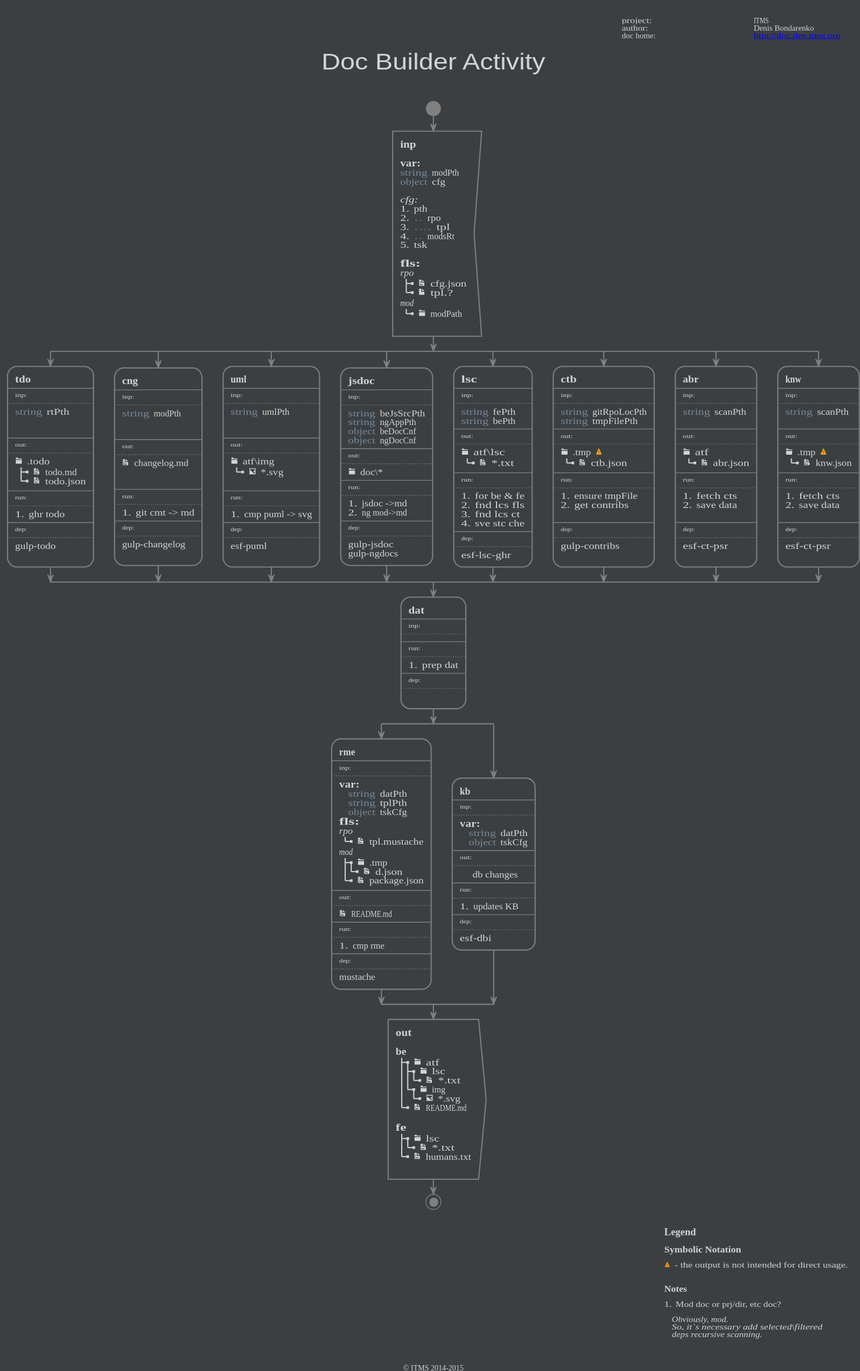
Earlier version of the PlantUML export eng/mdl/uml/bdr/atf/doc.svg (bondden/esf-bdr). Its source is kept beside it as eng/mdl/uml/bdr/scn/doc.puml. Its diagram source:
```plantuml
@startuml

!include thm.puml
!include ../../inc/header.puml
!include ../../inc/footer.puml

!define _W <color:Orange>_w</color>

!define string   <color:lightslategrey>string</color>
!define integer  <color:lightslategrey>integer</color>
!define array    <color:lightslategrey>array</color>
!define mixed    <color:lightslategrey>mixed</color>
!define object   <color:lightslategrey>object</color>
!define bool     <color:lightslategrey>bool</color>
!define void     <color:lightslategrey>void</color>
!define Promise  <color:lightslategrey>Promise</color>
!define Function <color:lightslategrey>Function</color>
!define Error    <color:lightslategrey>Error</color>

!definelong _inp
----
  <size:8>inp:</size>
  ....
!enddefinelong

!definelong _run
----
  <size:8>run:</size>
  ....
!enddefinelong

!definelong _dep
----
  <size:8>dep:</size>
  ....
!enddefinelong

!definelong _out
----
  <size:8>out:</size>
  ....
!enddefinelong


title Doc Builder Activity\n

start

:== inp

=== var:
string modPth
object cfg

==== cfg:
# pth
#<color:DimGrey>..</color> rpo
#<color:DimGrey>....</color> tpl
#<color:DimGrey>..</color> modsRt
# tsk

=== fls:
==== rpo
|_ _d cfg.json
|_ _f tpl.?
==== mod
|_ _F modPath
<

split

  :== tdo
  _inp
  string rtPth


  _out
  _F .todo
  |_ _d todo.md
  |_ _d todo.json
  _run
  # ghr todo
  _dep
  gulp-todo
  ;

split again

  :== cng
  _inp
  string modPth


  _out
  _d changelog.md


  _run
  # git cmt -> md
  _dep
  gulp-changelog
  ;

split again

  :== uml
  _inp
  string umlPth


  _out
  _F atf\img
  |_ _i *.svg

  _run
  # cmp puml -> svg
  _dep
  esf-puml
  ;

split again

  :== jsdoc
  _inp
  string beJsSrcPth
  string ngAppPth
  object beDocCnf
  object ngDocCnf
  _out
  _F doc\*
  _run
  # jsdoc ->md
  # ng mod->md
  _dep
  gulp-jsdoc
  gulp-ngdocs;

split again

  :== lsc
  _inp
  string fePth
  string bePth
  _out
  _F atf\lsc
  |_ _d *.txt
  _run
  # for be & fe
  # fnd lcs fls
  # fnd lcs ct
  # sve stc che
  _dep
  esf-lsc-ghr  ;

split again

  :== ctb
  _inp
  string gitRpoLocPth
  string tmpFilePth
  _out
  _F .tmp _W
  |_ _d ctb.json
  _run
  # ensure tmpFile
  # get contribs

  _dep
  gulp-contribs
  ;

split again

  :== abr
  _inp
  string scanPth

  _out
  _F atf
  |_ _d abr.json
  _run
  # fetch cts
  # save data

  _dep
  esf-ct-psr
  ;

split again

  :== knw
  _inp
  string scanPth

  _out
  _F .tmp _W
  |_ _d knw.json
  _run
  # fetch cts
  # save data

  _dep
  esf-ct-psr
  ;


end split

  :== dat
  _inp
  _run
  # prep dat
  _dep
  ;

split

  :== rme
  _inp
  === var:
    string datPth
    string tplPth
    object tskCfg
  === fls:
  ==== rpo
  |_ _d tpl.mustache
  ==== mod
  |_ _F .tmp
    |_ _d d.json
  |_ _d package.json
  _out
  _d README.md
  _run
  # cmp rme
  _dep
  mustache;

split again

  :== kb
  _inp
  === var:
    string datPth
    object tskCfg
  _out
  _db db changes
  _run
  # updates KB
  _dep
  esf-dbi;

end split

:== out

=== be
|_ _F atf
  |_ _F lsc
    |_ _d *.txt
  |_ _F img
    |_ _i *.svg
|_ _d README.md

=== fe
|_ _F lsc
  |_ _d *.txt
|_ _d humans.txt
>

stop



legend right

= Legend

== Symbolic Notation

_W - the output is not intended for direct usage.


== Notes

# Mod doc or prj/dir, etc doc?

  //Obviously, mod.//
  //So, it`s necessary add selected\filtered//
  //deps recursive scanning.//

end legend

@enduml
```
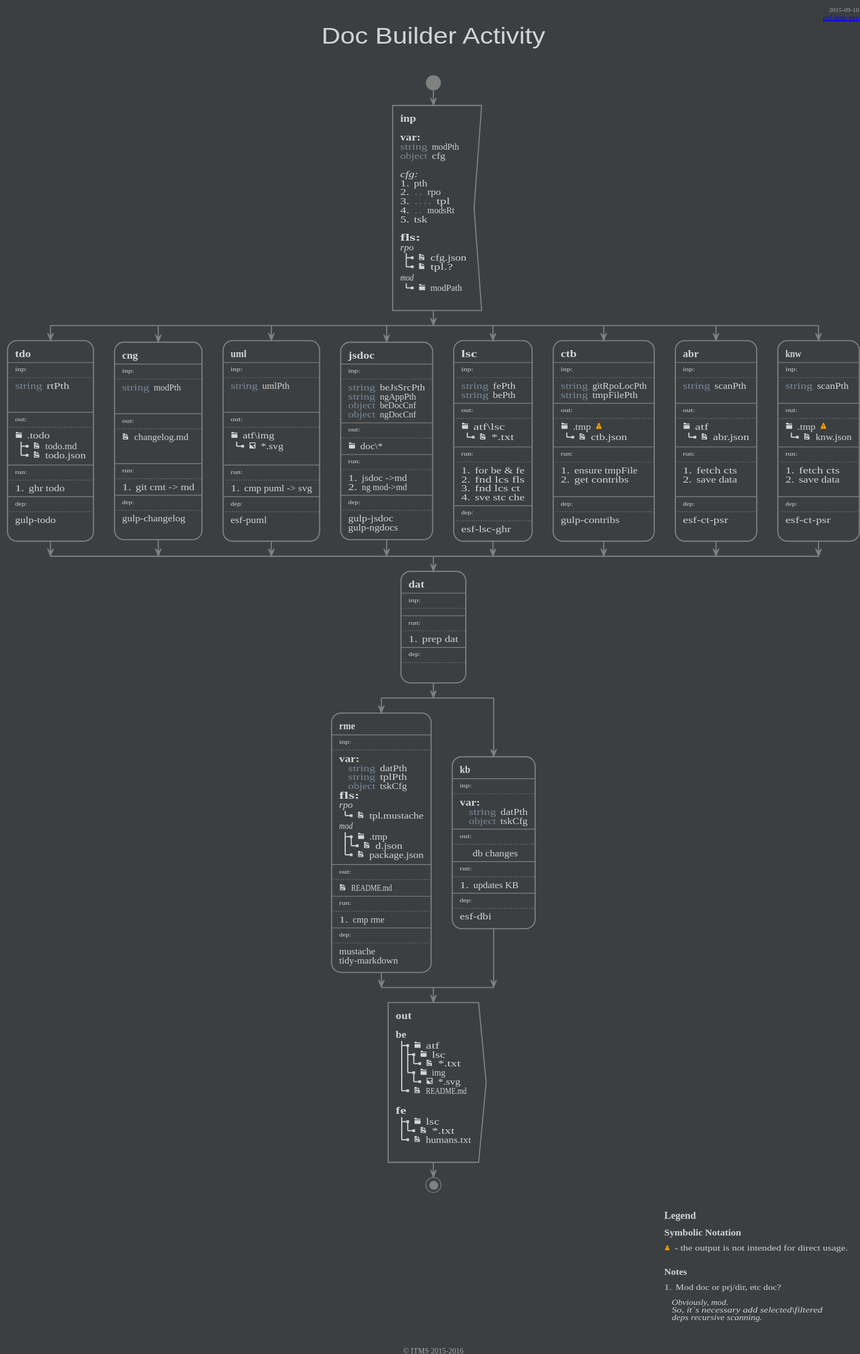
The same file after the commit.

The edit, as a diff of the source:
```diff
@@ -1,8 +1,16 @@
 @startuml
 
 !include thm.puml
-!include ../../inc/header.puml
-!include ../../inc/footer.puml
+
+header
+2015-09-10
+[[https://esf.itms.pro esf.itms.pro]]
+end header
+
+footer
+
+© ITMS 2015-2016
+end footer
 
 !define _W <color:Orange>_w</color>
 
@@ -233,7 +241,8 @@
   _run
   # cmp rme
   _dep
-  mustache;
+  mustache
+  tidy-markdown;
 
 split again
 
```
